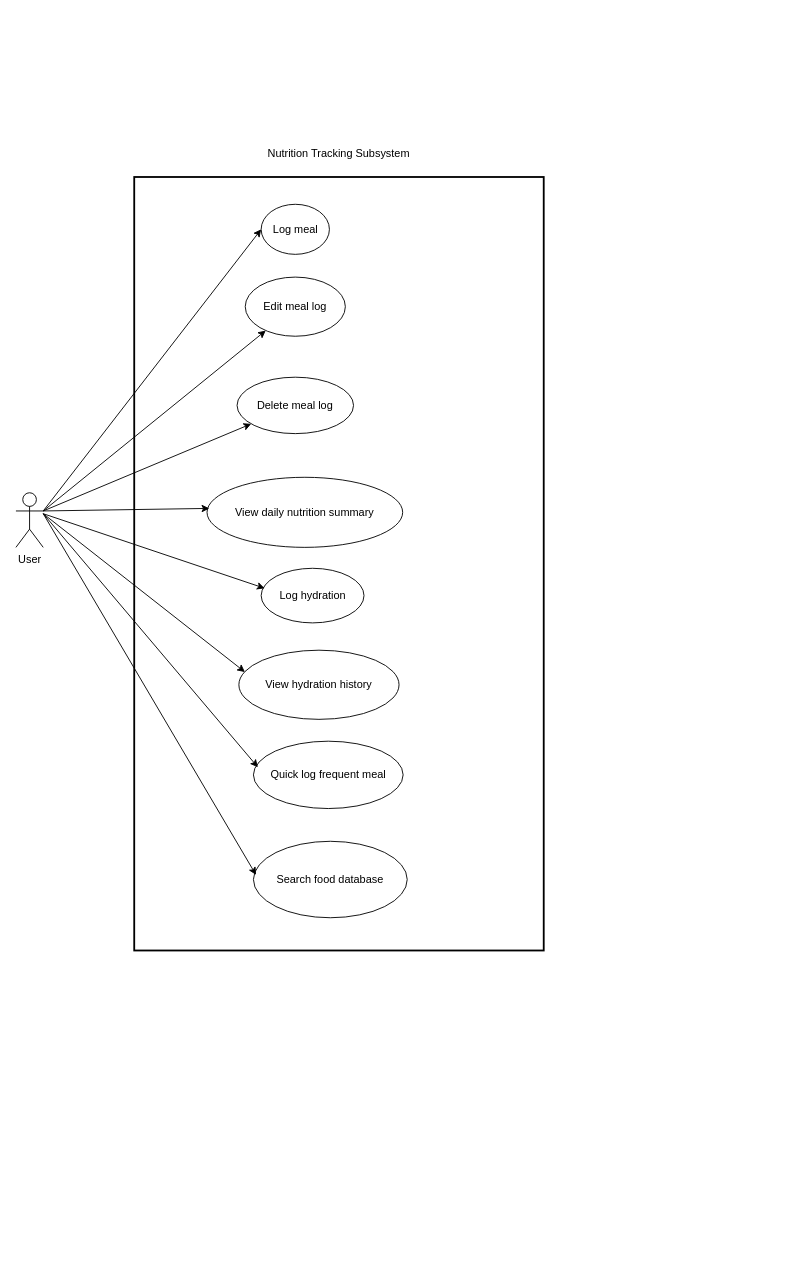
This is documents/Artifact Diagrams/Nutrition Tracking/NutritionTracking_UseCase.drawio from lujamanandhar/FYP, a draw.io file, before an edit. Source tidied: cells renumbered, new cells numbered last; positions are measured from the earlier drawing's top-left corner, leaving out a move shared by most shapes. Both pictures are drawn from the tidied source at 91%, with x=0, y=0 at pixel (15, 140).
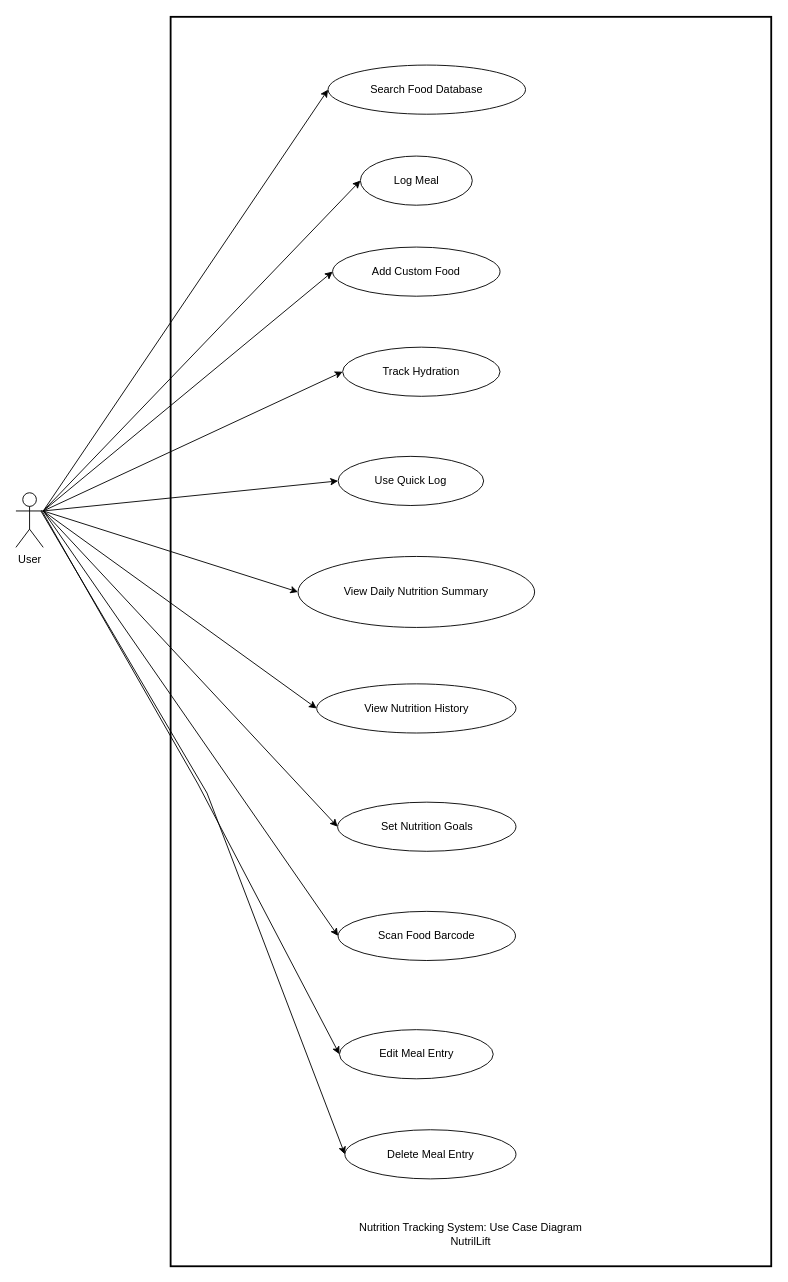
After the change.

The edit, as a diff of the source:
```diff
@@
-    <mxCell id="2" style="whiteSpace=wrap;strokeWidth=2;" parent="1" vertex="1">
-      <mxGeometry x="130" y="40" width="450" height="850" as="geometry" />
-    </mxCell>
-    <mxCell id="3" value="Log meal" style="ellipse;whiteSpace=wrap;" parent="1" vertex="1">
-      <mxGeometry x="269.5" y="70" width="75" height="55" as="geometry" />
-    </mxCell>
-    <mxCell id="4" value="Edit meal log" style="ellipse;whiteSpace=wrap;" parent="1" vertex="1">
-      <mxGeometry x="252" y="150" width="110" height="65" as="geometry" />
-    </mxCell>
-    <mxCell id="5" value="Delete meal log" style="ellipse;whiteSpace=wrap;" parent="1" vertex="1">
-      <mxGeometry x="243" y="260" width="128" height="62" as="geometry" />
-    </mxCell>
-    <mxCell id="6" value="View daily nutrition summary" style="ellipse;whiteSpace=wrap;" parent="1" vertex="1">
-      <mxGeometry x="210" y="370" width="215" height="77" as="geometry" />
-    </mxCell>
-    <mxCell id="7" value="Log hydration" style="ellipse;whiteSpace=wrap;" parent="1" vertex="1">
-      <mxGeometry x="269.5" y="470" width="113" height="60" as="geometry" />
-    </mxCell>
-    <mxCell id="8" value="View hydration history" style="ellipse;whiteSpace=wrap;" parent="1" vertex="1">
-      <mxGeometry x="245" y="560" width="176" height="76" as="geometry" />
-    </mxCell>
-    <mxCell id="9" value="Quick log frequent meal" style="ellipse;whiteSpace=wrap;" parent="1" vertex="1">
-      <mxGeometry x="261" y="660" width="164.5" height="74" as="geometry" />
-    </mxCell>
-    <mxCell id="10" value="Search food database" style="ellipse;whiteSpace=wrap;" parent="1" vertex="1">
-      <mxGeometry x="261" y="770" width="169" height="84" as="geometry" />
-    </mxCell>
+    <mxCell id="21" style="whiteSpace=wrap;strokeWidth=2;" parent="1" vertex="1">
+      <mxGeometry x="170" y="-136" width="660" height="1373" as="geometry" />
+    </mxCell>
+    <mxCell id="22" value="Search Food Database" style="ellipse;whiteSpace=wrap;html=1;" parent="1" vertex="1">
+      <mxGeometry x="343" y="-83" width="217" height="54" as="geometry" />
+    </mxCell>
+    <mxCell id="23" value="Log Meal" style="ellipse;whiteSpace=wrap;html=1;" parent="1" vertex="1">
+      <mxGeometry x="378.5" y="17" width="123" height="54" as="geometry" />
+    </mxCell>
+    <mxCell id="24" value="Add Custom Food" style="ellipse;whiteSpace=wrap;html=1;" parent="1" vertex="1">
+      <mxGeometry x="348" y="117" width="184" height="54" as="geometry" />
+    </mxCell>
+    <mxCell id="25" value="Track Hydration" style="ellipse;whiteSpace=wrap;html=1;" parent="1" vertex="1">
+      <mxGeometry x="359" y="227" width="173" height="54" as="geometry" />
+    </mxCell>
+    <mxCell id="26" value="Use Quick Log" style="ellipse;whiteSpace=wrap;html=1;" parent="1" vertex="1">
+      <mxGeometry x="354" y="347" width="160" height="54" as="geometry" />
+    </mxCell>
+    <mxCell id="27" value="View Daily Nutrition Summary" style="ellipse;whiteSpace=wrap;html=1;" parent="1" vertex="1">
+      <mxGeometry x="310" y="457" width="260" height="78" as="geometry" />
+    </mxCell>
+    <mxCell id="28" value="View Nutrition History" style="ellipse;whiteSpace=wrap;html=1;" parent="1" vertex="1">
+      <mxGeometry x="330.5" y="597" width="219" height="54" as="geometry" />
+    </mxCell>
+    <mxCell id="29" value="Set Nutrition Goals" style="ellipse;whiteSpace=wrap;html=1;" parent="1" vertex="1">
+      <mxGeometry x="353.5" y="727" width="196" height="54" as="geometry" />
+    </mxCell>
+    <mxCell id="30" value="Scan Food Barcode" style="ellipse;whiteSpace=wrap;html=1;" parent="1" vertex="1">
+      <mxGeometry x="354" y="847" width="195" height="54" as="geometry" />
+    </mxCell>
+    <mxCell id="31" value="Edit Meal Entry" style="ellipse;whiteSpace=wrap;html=1;" parent="1" vertex="1">
+      <mxGeometry x="355.5" y="977" width="169" height="54" as="geometry" />
+    </mxCell>
+    <mxCell id="32" value="Delete Meal Entry" style="ellipse;whiteSpace=wrap;html=1;" parent="1" vertex="1">
+      <mxGeometry x="361.5" y="1087" width="188" height="54" as="geometry" />
+    </mxCell>
-    <mxCell id="11" value="User" style="shape=umlActor;verticalLabelPosition=bottom;verticalAlign=top;html=1;outlineConnect=0;" parent="1" vertex="1">
+    <mxCell id="11" value="User" style="shape=umlActor;verticalLabelPosition=bottom;verticalAlign=top;html=1;" parent="1" vertex="1">
       <mxGeometry y="387" width="30" height="60" as="geometry" />
     </mxCell>
-    <mxCell id="12" style="endArrow=classic;html=1;rounded=0;exitX=1;exitY=0.3333333333333333;exitDx=0;exitDy=0;exitPerimeter=0;entryX=0;entryY=0.5;entryDx=0;entryDy=0;" parent="1" edge="1" source="11" target="3">
-      <mxGeometry relative="1" as="geometry" />
-    </mxCell>
-    <mxCell id="13" style="endArrow=classic;html=1;rounded=0;exitX=1;exitY=0.3333333333333333;exitDx=0;exitDy=0;exitPerimeter=0;" parent="1" edge="1" source="11" target="4">
-      <mxGeometry relative="1" as="geometry" />
-    </mxCell>
-    <mxCell id="14" style="endArrow=classic;html=1;rounded=0;exitX=1;exitY=0.3333333333333333;exitDx=0;exitDy=0;exitPerimeter=0;" parent="1" edge="1" source="11" target="5">
-      <mxGeometry relative="1" as="geometry" />
-    </mxCell>
-    <mxCell id="15" style="endArrow=classic;html=1;rounded=0;entryX=0.012;entryY=0.444;entryDx=0;entryDy=0;exitX=1;exitY=0.3333333333333333;exitDx=0;exitDy=0;exitPerimeter=0;entryPerimeter=0;" parent="1" edge="1" source="11" target="6">
-      <mxGeometry relative="1" as="geometry" />
-    </mxCell>
-    <mxCell id="16" style="endArrow=classic;html=1;rounded=0;entryX=0.034;entryY=0.366;entryDx=0;entryDy=0;entryPerimeter=0;" parent="1" edge="1" target="7">
-      <mxGeometry relative="1" as="geometry">
-        <mxPoint x="30" y="410" as="sourcePoint" />
-      </mxGeometry>
-    </mxCell>
-    <mxCell id="17" style="endArrow=classic;html=1;rounded=0;entryX=0.038;entryY=0.316;entryDx=0;entryDy=0;entryPerimeter=0;" parent="1" edge="1" target="8">
-      <mxGeometry relative="1" as="geometry">
-        <mxPoint x="30" y="410" as="sourcePoint" />
-      </mxGeometry>
-    </mxCell>
-    <mxCell id="18" style="endArrow=classic;html=1;rounded=0;entryX=0.03;entryY=0.387;entryDx=0;entryDy=0;entryPerimeter=0;" parent="1" edge="1" target="9">
-      <mxGeometry relative="1" as="geometry">
-        <mxPoint x="30" y="410" as="sourcePoint" />
-      </mxGeometry>
-    </mxCell>
-    <mxCell id="19" style="endArrow=classic;html=1;rounded=0;entryX=0.017;entryY=0.44;entryDx=0;entryDy=0;entryPerimeter=0;" parent="1" edge="1" target="10">
-      <mxGeometry relative="1" as="geometry">
-        <mxPoint x="30" y="410" as="sourcePoint" />
-      </mxGeometry>
-    </mxCell>
-    <mxCell id="20" value="Nutrition Tracking Subsystem" style="text;html=1;whiteSpace=wrap;strokeColor=none;fillColor=none;align=center;verticalAlign=middle;rounded=0;" parent="1" vertex="1">
-      <mxGeometry x="269.5" width="170" height="30" as="geometry" />
-    </mxCell>
+    <mxCell id="33" style="endArrow=classic;html=1;rounded=0;exitX=1;exitY=0.3333333333333333;exitDx=0;exitDy=0;exitPerimeter=0;entryX=0;entryY=0.5;entryDx=0;entryDy=0;" parent="1" edge="1" source="11" target="22">
+      <mxGeometry relative="1" as="geometry" />
+    </mxCell>
+    <mxCell id="34" style="endArrow=classic;html=1;rounded=0;exitX=1;exitY=0.3333333333333333;exitDx=0;exitDy=0;exitPerimeter=0;entryX=0;entryY=0.5;entryDx=0;entryDy=0;" parent="1" edge="1" source="11" target="23">
+      <mxGeometry relative="1" as="geometry" />
+    </mxCell>
+    <mxCell id="35" style="endArrow=classic;html=1;rounded=0;entryX=0;entryY=0.5;entryDx=0;entryDy=0;exitX=1;exitY=0.3333333333333333;exitDx=0;exitDy=0;exitPerimeter=0;" parent="1" edge="1" source="11" target="24">
+      <mxGeometry relative="1" as="geometry" />
+    </mxCell>
+    <mxCell id="36" style="endArrow=classic;html=1;rounded=0;entryX=0;entryY=0.5;entryDx=0;entryDy=0;exitX=1;exitY=0.3333333333333333;exitDx=0;exitDy=0;exitPerimeter=0;" parent="1" edge="1" source="11" target="25">
+      <mxGeometry relative="1" as="geometry" />
+    </mxCell>
+    <mxCell id="37" style="endArrow=classic;html=1;rounded=0;entryX=0;entryY=0.5;entryDx=0;entryDy=0;" parent="1" edge="1" target="26">
+      <mxGeometry relative="1" as="geometry">
+        <mxPoint x="30" y="407" as="sourcePoint" />
+      </mxGeometry>
+    </mxCell>
+    <mxCell id="38" style="endArrow=classic;html=1;rounded=0;entryX=0;entryY=0.5;entryDx=0;entryDy=0;exitX=1;exitY=0.3333333333333333;exitDx=0;exitDy=0;exitPerimeter=0;" parent="1" edge="1" source="11" target="27">
+      <mxGeometry relative="1" as="geometry" />
+    </mxCell>
+    <mxCell id="39" style="endArrow=classic;html=1;rounded=0;entryX=0;entryY=0.5;entryDx=0;entryDy=0;exitX=1;exitY=0.3333333333333333;exitDx=0;exitDy=0;exitPerimeter=0;" parent="1" edge="1" source="11" target="28">
+      <mxGeometry relative="1" as="geometry" />
+    </mxCell>
+    <mxCell id="40" style="endArrow=classic;html=1;rounded=0;entryX=0;entryY=0.5;entryDx=0;entryDy=0;exitX=1;exitY=0.3333333333333333;exitDx=0;exitDy=0;exitPerimeter=0;" parent="1" edge="1" source="11" target="29">
+      <mxGeometry relative="1" as="geometry" />
+    </mxCell>
+    <mxCell id="41" style="endArrow=classic;html=1;rounded=0;entryX=0;entryY=0.5;entryDx=0;entryDy=0;exitX=1;exitY=0.3333333333333333;exitDx=0;exitDy=0;exitPerimeter=0;" parent="1" edge="1" source="11" target="30">
+      <mxGeometry relative="1" as="geometry" />
+    </mxCell>
+    <mxCell id="42" style="endArrow=classic;html=1;rounded=0;entryX=0;entryY=0.5;entryDx=0;entryDy=0;exitX=0.939;exitY=0.321;exitDx=0;exitDy=0;exitPerimeter=0;" parent="1" edge="1" source="11" target="31">
+      <mxGeometry relative="1" as="geometry">
+        <Array as="points">
+          <mxPoint x="200" y="707" />
+        </Array>
+      </mxGeometry>
+    </mxCell>
+    <mxCell id="43" style="endArrow=classic;html=1;rounded=0;entryX=0;entryY=0.5;entryDx=0;entryDy=0;exitX=0.916;exitY=0.335;exitDx=0;exitDy=0;exitPerimeter=0;" parent="1" edge="1" source="11" target="32">
+      <mxGeometry relative="1" as="geometry">
+        <Array as="points">
+          <mxPoint x="210" y="717" />
+        </Array>
+      </mxGeometry>
+    </mxCell>
+    <mxCell id="44" value="Nutrition Tracking System: Use Case Diagram&lt;div&gt;NutrilLift&lt;/div&gt;" style="text;html=1;whiteSpace=wrap;strokeColor=none;fillColor=none;align=center;verticalAlign=middle;rounded=0;" parent="1" vertex="1">
+      <mxGeometry x="367" y="1187" width="266" height="30" as="geometry" />
+    </mxCell>
```
